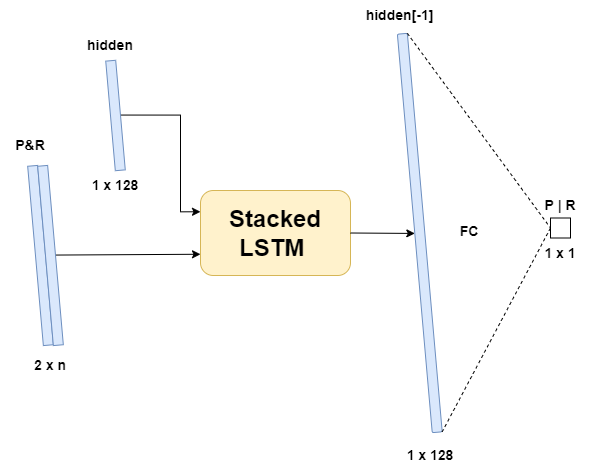
Earlier version of the draw.io export docs/Images/architectures/LSTM_single.drawio.png (lancedw/3D-state-prediction-for-surface-vessels-using-IMU-data-and-images). Source tidied: cells renumbered, new cells last; positions are measured from the earlier drawing's top-left corner, leaving out a move shared by most shapes.
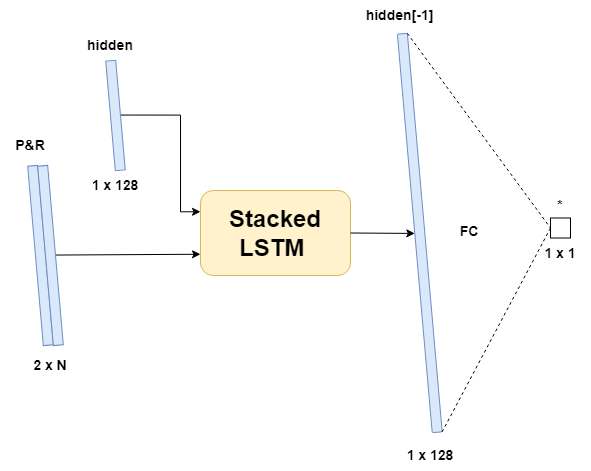
Above is the later version.

The edit, as a diff of the source:
```diff
@@ -11,7 +11,7 @@
     <mxCell id="4" value="&lt;span style=&quot;color: rgba(0, 0, 0, 0); font-family: monospace; font-size: 0px; text-align: start; background-color: rgb(248, 249, 250);&quot;&gt;%3CmxGraphModel%3E%3Croot%3E%3CmxCell%20id%3D%220%22%2F%3E%3CmxCell%20id%3D%221%22%20parent%3D%220%22%2F%3E%3CmxCell%20id%3D%222%22%20value%3D%22%22%20style%3D%22rounded%3D0%3BwhiteSpace%3Dwrap%3Bhtml%3D1%3Brotation%3D85%3BfillColor%3D%23dae8fc%3BstrokeColor%3D%236c8ebf%3B%22%20vertex%3D%221%22%20parent%3D%221%22%3E%3CmxGeometry%20x%3D%22-20%22%20y%3D%22270%22%20width%3D%22240%22%20height%3D%2210%22%20as%3D%22geometry%22%2F%3E%3C%2FmxCell%3E%3C%2Froot%3E%3C%2FmxGraphModel%3E&lt;/span&gt;" style="rounded=0;whiteSpace=wrap;html=1;rotation=85;fillColor=#dae8fc;strokeColor=#6c8ebf;" parent="1" vertex="1">
       <mxGeometry x="10" y="250" width="180" height="10" as="geometry" />
     </mxCell>
-    <mxCell id="5" value="2 x n" style="text;html=1;strokeColor=none;fillColor=none;align=center;verticalAlign=middle;whiteSpace=wrap;rounded=0;fontSize=14;fontStyle=1;" parent="1" vertex="1">
+    <mxCell id="5" value="2 x N" style="text;html=1;strokeColor=none;fillColor=none;align=center;verticalAlign=middle;whiteSpace=wrap;rounded=0;fontSize=14;fontStyle=1;" parent="1" vertex="1">
       <mxGeometry x="70" y="350" width="60" height="30" as="geometry" />
     </mxCell>
     <mxCell id="6" value="P&amp;amp;R" style="text;html=1;strokeColor=none;fillColor=none;align=center;verticalAlign=middle;whiteSpace=wrap;rounded=0;fontSize=14;fontStyle=1;" parent="1" vertex="1">
@@ -55,7 +55,7 @@
     <mxCell id="17" style="endArrow=none;dashed=1;html=1;rounded=0;fontFamily=Helvetica;fontSize=14;fontColor=default;exitX=0;exitY=0.5;exitDx=0;exitDy=0;entryX=1;entryY=0;entryDx=0;entryDy=0;fontStyle=1;" parent="1" edge="1" source="21" target="15">
       <mxGeometry relative="1" as="geometry" />
     </mxCell>
-    <mxCell id="18" value="&lt;span style=&quot;font-size: 14px;&quot;&gt;&lt;font style=&quot;font-size: 14px;&quot;&gt;P | R&lt;/font&gt;&lt;/span&gt;" style="text;html=1;strokeColor=none;fillColor=none;align=center;verticalAlign=middle;whiteSpace=wrap;rounded=0;fontStyle=1;fontSize=14;" parent="1" vertex="1">
+    <mxCell id="18" value="*" style="text;html=1;strokeColor=none;fillColor=none;align=center;verticalAlign=middle;whiteSpace=wrap;rounded=0;fontStyle=1;fontSize=14;" parent="1" vertex="1">
       <mxGeometry x="580" y="190" width="60" height="30" as="geometry" />
     </mxCell>
     <mxCell id="19" value="&lt;span style=&quot;font-size: 14px;&quot;&gt;&lt;font style=&quot;font-size: 14px;&quot;&gt;1 x 1&lt;/font&gt;&lt;/span&gt;" style="text;html=1;strokeColor=none;fillColor=none;align=center;verticalAlign=middle;whiteSpace=wrap;rounded=0;fontStyle=1;fontSize=14;" parent="1" vertex="1">
```
